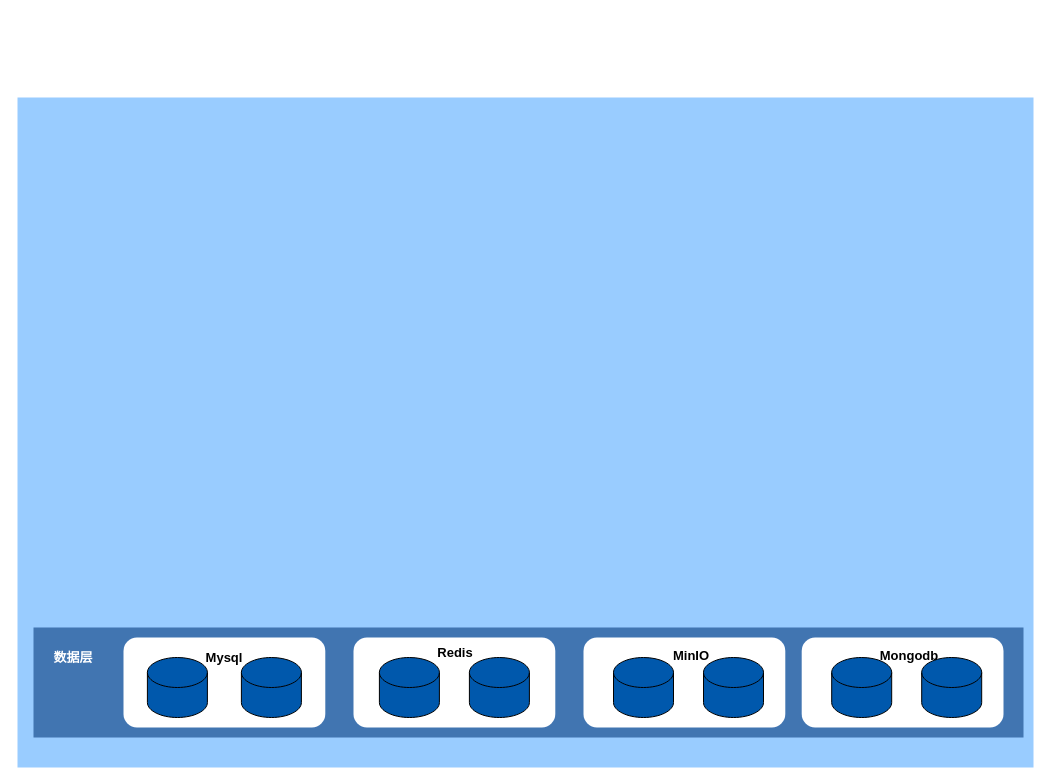
This is 数据检索与维修数据服/数据检索与维修数据服务技术架构图.drawio from DemonHan/KuickBuy, a draw.io file, before an edit. Source tidied: cells renumbered, new cells numbered last; positions are measured from the earlier drawing's top-left corner, leaving out a move shared by most shapes. Both pictures are drawn from the tidied source at 100%, with x=0, y=0 at pixel (17, 97).
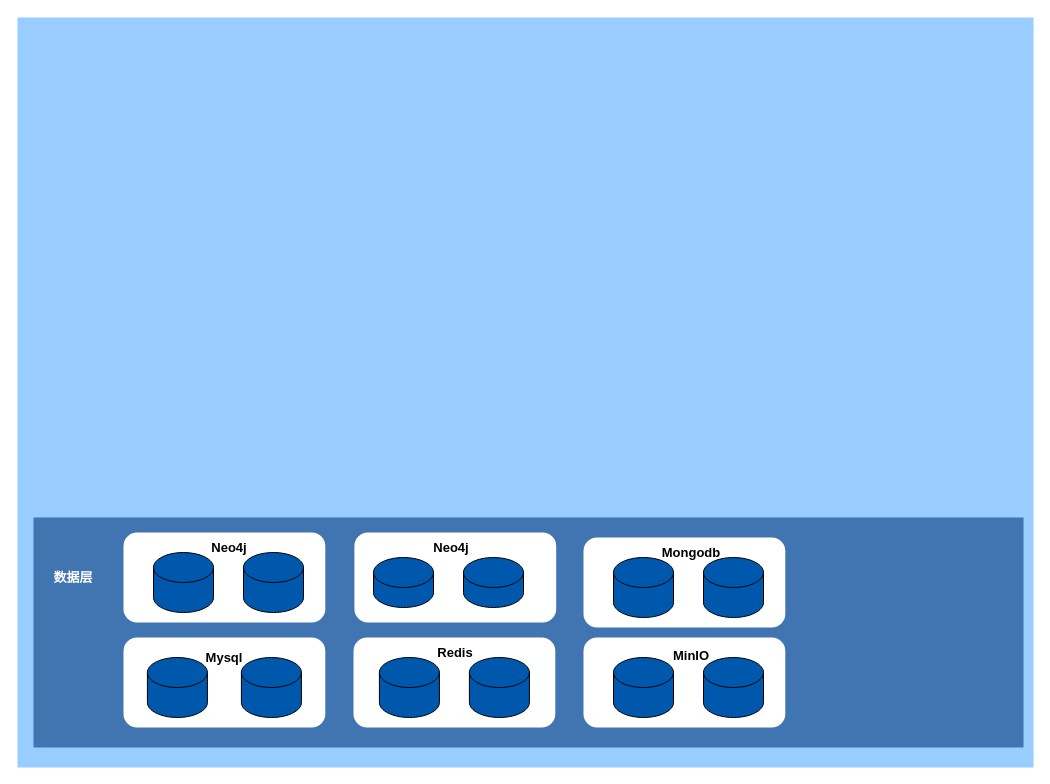
After the change.

Commit message (it also covers changes not shown here):
更新数据检索与维修数据服务技术架构图.drawio

What changed in the source:
```diff
@@
     <mxCell id="2" style="rounded=0;whiteSpace=wrap;html=1;fillColor=#99CCFF;strokeColor=none;" parent="1" vertex="1">
-      <mxGeometry width="1016" height="670" as="geometry" />
+      <mxGeometry y="-80" width="1016" height="750" as="geometry" />
     </mxCell>
     <mxCell id="3" style="rounded=0;whiteSpace=wrap;html=1;fillColor=#4175B1;strokeColor=none;" parent="1" vertex="1">
-      <mxGeometry x="16" y="530" width="990" height="110" as="geometry" />
+      <mxGeometry x="16" y="420" width="990" height="230" as="geometry" />
     </mxCell>
@@
     <mxCell id="5" value="数据层" style="text;html=1;align=center;verticalAlign=middle;whiteSpace=wrap;rounded=0;fontStyle=1;fontSize=13;strokeColor=none;fontColor=#FFFFFF;" parent="1" vertex="1">
-      <mxGeometry x="26" y="545" width="60" height="30" as="geometry" />
+      <mxGeometry x="26" y="465" width="60" height="30" as="geometry" />
     </mxCell>
@@
     <mxCell id="17" style="rounded=1;whiteSpace=wrap;html=1;dashed=1;fontStyle=1;fontSize=13;fillColor=#FFFFFF;strokeColor=none;" parent="1" vertex="1">
-      <mxGeometry x="784.2" y="540" width="201.8" height="90" as="geometry" />
+      <mxGeometry x="566" y="440" width="201.8" height="90" as="geometry" />
     </mxCell>
     <mxCell id="18" value="Mongodb" style="text;html=1;align=center;verticalAlign=middle;whiteSpace=wrap;rounded=0;fontStyle=1;fontSize=13;strokeColor=none;fontColor=#000000;" parent="1" vertex="1">
-      <mxGeometry x="862" y="543" width="60" height="30" as="geometry" />
+      <mxGeometry x="643.8" y="440" width="60" height="30" as="geometry" />
     </mxCell>
     <mxCell id="19" style="shape=cylinder3;whiteSpace=wrap;html=1;boundedLbl=1;backgroundOutline=1;size=15;fontStyle=1;fontSize=13;strokeColor=default;fillColor=#0058AC;" parent="1" vertex="1">
-      <mxGeometry x="814.2" y="560" width="60" height="60" as="geometry" />
+      <mxGeometry x="596" y="460" width="60" height="60" as="geometry" />
     </mxCell>
     <mxCell id="20" style="shape=cylinder3;whiteSpace=wrap;html=1;boundedLbl=1;backgroundOutline=1;size=15;fontStyle=1;fontSize=13;strokeColor=default;fillColor=#0058AC;" parent="1" vertex="1">
-      <mxGeometry x="904.2" y="560" width="60" height="60" as="geometry" />
+      <mxGeometry x="686" y="460" width="60" height="60" as="geometry" />
     </mxCell>
+    <mxCell id="21" style="rounded=1;whiteSpace=wrap;html=1;dashed=1;fontStyle=1;fontSize=13;fillColor=#FFFFFF;strokeColor=none;" parent="1" vertex="1">
+      <mxGeometry x="106" y="435" width="201.8" height="90" as="geometry" />
+    </mxCell>
+    <mxCell id="22" value="Neo4j" style="text;html=1;align=center;verticalAlign=middle;whiteSpace=wrap;rounded=0;fontStyle=1;fontSize=13;strokeColor=none;fontColor=#000000;" parent="1" vertex="1">
+      <mxGeometry x="182.1" y="435" width="60" height="30" as="geometry" />
+    </mxCell>
+    <mxCell id="23" style="shape=cylinder3;whiteSpace=wrap;html=1;boundedLbl=1;backgroundOutline=1;size=15;fontStyle=1;fontSize=13;strokeColor=default;fillColor=#0058AC;" parent="1" vertex="1">
+      <mxGeometry x="136" y="455" width="60" height="60" as="geometry" />
+    </mxCell>
+    <mxCell id="24" style="shape=cylinder3;whiteSpace=wrap;html=1;boundedLbl=1;backgroundOutline=1;size=15;fontStyle=1;fontSize=13;strokeColor=default;fillColor=#0058AC;" parent="1" vertex="1">
+      <mxGeometry x="226" y="455" width="60" height="60" as="geometry" />
+    </mxCell>
+    <mxCell id="25" style="rounded=1;whiteSpace=wrap;html=1;dashed=1;fontStyle=1;fontSize=13;fillColor=#FFFFFF;strokeColor=none;" parent="1" vertex="1">
+      <mxGeometry x="336.9" y="435" width="201.8" height="90" as="geometry" />
+    </mxCell>
+    <mxCell id="26" value="Neo4j" style="text;html=1;align=center;verticalAlign=middle;whiteSpace=wrap;rounded=0;fontStyle=1;fontSize=13;strokeColor=none;fontColor=#000000;" parent="1" vertex="1">
+      <mxGeometry x="403.8" y="435" width="60" height="30" as="geometry" />
+    </mxCell>
+    <mxCell id="27" style="shape=cylinder3;whiteSpace=wrap;html=1;boundedLbl=1;backgroundOutline=1;size=15;fontStyle=1;fontSize=13;strokeColor=default;fillColor=#0058AC;" parent="1" vertex="1">
+      <mxGeometry x="356" y="460" width="60" height="50" as="geometry" />
+    </mxCell>
+    <mxCell id="28" style="shape=cylinder3;whiteSpace=wrap;html=1;boundedLbl=1;backgroundOutline=1;size=15;fontStyle=1;fontSize=13;strokeColor=default;fillColor=#0058AC;" parent="1" vertex="1">
+      <mxGeometry x="446" y="460" width="60" height="50" as="geometry" />
+    </mxCell>
```
